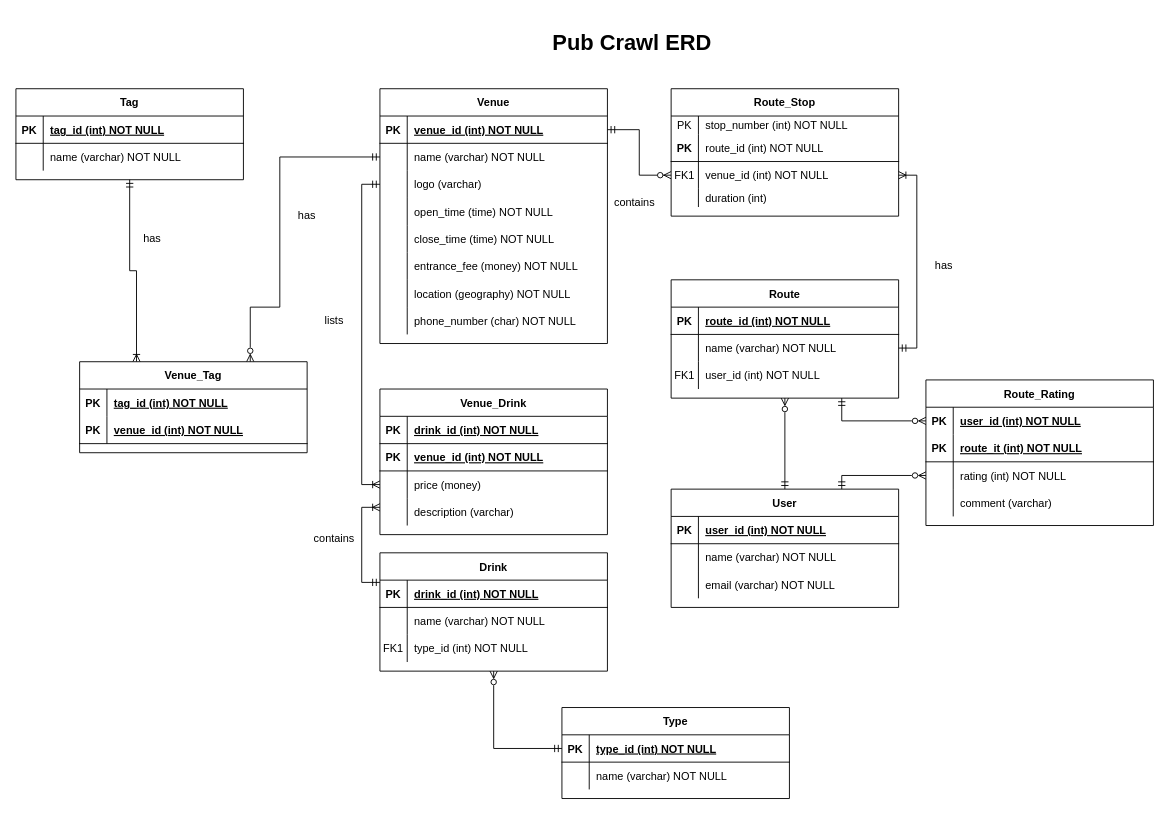
The draw.io diagram ERD/ERD.drawio in JacusHorne/pub-crawl, before the edit. Source tidied: cells renumbered, new cells numbered last; positions are measured from the earlier drawing's top-left corner, leaving out a move shared by most shapes. Both pictures are drawn from the tidied source at 91%, with x=0, y=0 at pixel (15, 25).
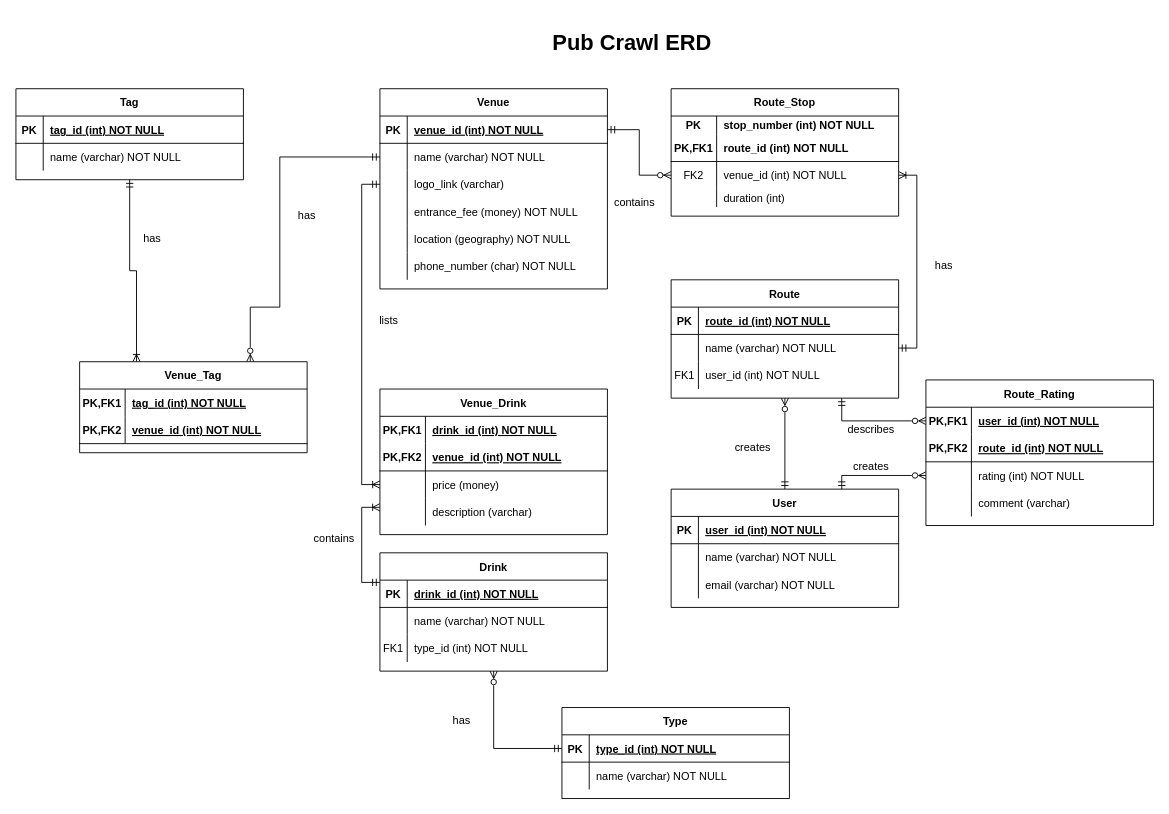
The same page after the edit.

The change refers to these unchanged cells:
```xml
<mxCell id="4" style="shape=partialRectangle;fillColor=none;top=0;left=0;right=0;bottom=0;" parent="3" vertex="1">
  <mxGeometry y="30" width="250" height="20" as="geometry" />
</mxCell>
<mxCell id="7" style="shape=partialRectangle;fillColor=none;top=0;left=0;right=0;bottom=1;" parent="3" vertex="1">
  <mxGeometry y="50" width="250" height="30" as="geometry" />
</mxCell>
<mxCell id="10" style="shape=partialRectangle;fillColor=none;points=[[0,0.5],[1,0.5]];portConstraint=eastwest;top=0;left=0;right=0;bottom=0;" parent="3" vertex="1">
  <mxGeometry y="80" width="250" height="30" as="geometry" />
</mxCell>
<mxCell id="13" style="shape=partialRectangle;fillColor=none;top=0;left=0;right=0;bottom=0;" parent="3" vertex="1">
  <mxGeometry y="110" width="250" height="20" as="geometry" />
</mxCell>
<mxCell id="34" style="shape=partialRectangle;fillColor=none;points=[[0,0.5],[1,0.5]];portConstraint=eastwest;top=0;left=0;right=0;bottom=0;" parent="27" vertex="1">
  <mxGeometry y="90" width="250" height="30" as="geometry" />
</mxCell>
<mxCell id="52" value="Venue_Drink" style="shape=table;startSize=30;childLayout=tableLayout;rowLines=0;fontStyle=1;align=center;" parent="1" vertex="1">
  <mxGeometry x="400" y="400" width="250" height="160" as="geometry" />
</mxCell>
<mxCell id="56" style="shape=partialRectangle;fillColor=none;top=0;left=0;right=0;bottom=1;" parent="52" vertex="1">
  <mxGeometry y="60" width="250" height="30" as="geometry" />
</mxCell>
<mxCell id="59" style="shape=partialRectangle;fillColor=none;top=0;left=0;right=0;bottom=0;" parent="52" vertex="1">
  <mxGeometry y="90" width="250" height="30" as="geometry" />
</mxCell>
<mxCell id="62" style="shape=partialRectangle;fillColor=none;top=0;left=0;right=0;bottom=0;" parent="52" vertex="1">
  <mxGeometry y="120" width="250" height="30" as="geometry" />
</mxCell>
<mxCell id="104" style="shape=partialRectangle;fillColor=none;top=0;left=0;right=0;bottom=1;strokeColor=none;" parent="103" vertex="1">
  <mxGeometry y="30" width="250" height="30" as="geometry" />
</mxCell>
<mxCell id="107" style="shape=partialRectangle;fillColor=none;top=0;left=0;right=0;bottom=1;" parent="103" vertex="1">
  <mxGeometry y="60" width="250" height="30" as="geometry" />
</mxCell>
<mxCell id="113" style="shape=partialRectangle;fillColor=none;points=[[0,0.5],[1,0.5]];portConstraint=eastwest;top=0;left=0;right=0;bottom=1;strokeColor=none;" parent="112" vertex="1">
  <mxGeometry y="30" width="250" height="30" as="geometry" />
</mxCell>
<mxCell id="116" style="shape=partialRectangle;fillColor=none;top=0;left=0;right=0;bottom=1;" parent="112" vertex="1">
  <mxGeometry y="60" width="250" height="30" as="geometry" />
</mxCell>
<mxCell id="119" style="shape=partialRectangle;fillColor=none;top=0;left=0;right=0;bottom=0;" parent="112" vertex="1">
  <mxGeometry y="90" width="250" height="30" as="geometry" />
</mxCell>
<mxCell id="122" style="shape=partialRectangle;fillColor=none;top=0;left=0;right=0;bottom=0;" parent="112" vertex="1">
  <mxGeometry y="120" width="250" height="30" as="geometry" />
</mxCell>
```

Diff of the diagram source:
```diff
@@
-    <mxCell id="5" value="PK" style="shape=partialRectangle;overflow=hidden;fillColor=none;top=0;left=0;bottom=0;right=0;" parent="4" vertex="1">
-      <mxGeometry width="30" height="20" as="geometry" />
+    <mxCell id="5" value="PK" style="shape=partialRectangle;overflow=hidden;fillColor=none;top=0;left=0;bottom=0;right=0;fontStyle=1;" parent="4" vertex="1">
+      <mxGeometry width="50" height="20" as="geometry" />
     </mxCell>
-    <mxCell id="6" value="stop_number (int) NOT NULL" style="shape=partialRectangle;overflow=hidden;fillColor=none;top=0;left=0;bottom=0;right=0;align=left;spacingLeft=6;" parent="4" vertex="1">
-      <mxGeometry x="30" width="220" height="20" as="geometry" />
+    <mxCell id="6" value="stop_number (int) NOT NULL" style="shape=partialRectangle;overflow=hidden;fillColor=none;top=0;left=0;bottom=0;right=0;align=left;spacingLeft=6;fontStyle=1;" parent="4" vertex="1">
+      <mxGeometry x="50" width="200" height="20" as="geometry" />
     </mxCell>
@@
-    <mxCell id="8" value="PK" style="shape=partialRectangle;overflow=hidden;fillColor=none;top=0;left=0;bottom=0;right=0;fontStyle=1;" parent="7" vertex="1">
-      <mxGeometry width="30" height="30" as="geometry" />
+    <mxCell id="8" value="PK,FK1" style="shape=partialRectangle;overflow=hidden;fillColor=none;top=0;left=0;bottom=0;right=0;fontStyle=1;" parent="7" vertex="1">
+      <mxGeometry width="50" height="30" as="geometry" />
     </mxCell>
     <mxCell id="9" style="shape=partialRectangle;overflow=hidden;fillColor=none;top=0;left=0;bottom=0;right=0;align=left;spacingLeft=6;fontStyle=5;" parent="7" vertex="1">
-      <mxGeometry x="30" width="220" height="30" as="geometry" />
+      <mxGeometry x="50" width="200" height="30" as="geometry" />
     </mxCell>
@@
-    <mxCell id="11" value="FK1" style="shape=partialRectangle;overflow=hidden;fillColor=none;top=0;left=0;bottom=0;right=0;" parent="10" vertex="1">
-      <mxGeometry width="30" height="30" as="geometry" />
+    <mxCell id="11" value="FK2" style="shape=partialRectangle;overflow=hidden;fillColor=none;top=0;left=0;bottom=0;right=0;" parent="10" vertex="1">
+      <mxGeometry width="50" height="30" as="geometry" />
     </mxCell>
     <mxCell id="12" value="venue_id (int) NOT NULL" style="shape=partialRectangle;overflow=hidden;fillColor=none;top=0;left=0;bottom=0;right=0;align=left;spacingLeft=6;" parent="10" vertex="1">
-      <mxGeometry x="30" width="220" height="30" as="geometry" />
+      <mxGeometry x="50" width="200" height="30" as="geometry" />
     </mxCell>
@@
     <mxCell id="14" style="shape=partialRectangle;overflow=hidden;fillColor=none;top=0;left=0;bottom=0;right=0;" parent="13" vertex="1">
-      <mxGeometry width="30" height="20" as="geometry" />
+      <mxGeometry width="50" height="20" as="geometry" />
     </mxCell>
     <mxCell id="15" value="duration (int) " style="shape=partialRectangle;overflow=hidden;fillColor=none;top=0;left=0;bottom=0;right=0;align=left;spacingLeft=6;" parent="13" vertex="1">
-      <mxGeometry x="30" width="220" height="20" as="geometry" />
+      <mxGeometry x="50" width="200" height="20" as="geometry" />
     </mxCell>
@@
     <mxCell id="27" value="Venue" style="shape=table;startSize=30;childLayout=tableLayout;rowLines=0;fontStyle=1;align=center;" parent="1" vertex="1">
-      <mxGeometry x="400" y="70" width="250" height="280" as="geometry" />
+      <mxGeometry x="400" y="70" width="250" height="220" as="geometry" />
     </mxCell>
@@
-    <mxCell id="35" style="shape=partialRectangle;overflow=hidden;fillColor=none;top=0;left=0;bottom=0;right=0;" parent="34" vertex="1">
-      <mxGeometry width="30" height="30" as="geometry" />
-    </mxCell>
-    <mxCell id="36" value="logo (varchar)" style="shape=partialRectangle;overflow=hidden;fillColor=none;top=0;left=0;bottom=0;right=0;align=left;spacingLeft=6;" parent="34" vertex="1">
-      <mxGeometry x="30" width="220" height="30" as="geometry" />
-    </mxCell>
-    <mxCell id="37" style="shape=partialRectangle;fillColor=none;top=0;left=0;right=0;bottom=0;" parent="27" vertex="1">
-      <mxGeometry y="120" width="250" height="30" as="geometry" />
-    </mxCell>
-    <mxCell id="38" style="shape=partialRectangle;overflow=hidden;fillColor=none;top=0;left=0;bottom=0;right=0;" parent="37" vertex="1">
-      <mxGeometry width="30" height="30" as="geometry" />
-    </mxCell>
-    <mxCell id="39" value="open_time (time) NOT NULL" style="shape=partialRectangle;overflow=hidden;fillColor=none;top=0;left=0;bottom=0;right=0;align=left;spacingLeft=6;" parent="37" vertex="1">
-      <mxGeometry x="30" width="220" height="30" as="geometry" />
-    </mxCell>
-    <mxCell id="40" style="shape=partialRectangle;fillColor=none;top=0;left=0;right=0;bottom=0;" parent="27" vertex="1">
-      <mxGeometry y="150" width="250" height="30" as="geometry" />
-    </mxCell>
-    <mxCell id="41" style="shape=partialRectangle;overflow=hidden;fillColor=none;top=0;left=0;bottom=0;right=0;" parent="40" vertex="1">
-      <mxGeometry width="30" height="30" as="geometry" />
-    </mxCell>
-    <mxCell id="42" value="close_time (time) NOT NULL" style="shape=partialRectangle;overflow=hidden;fillColor=none;top=0;left=0;bottom=0;right=0;align=left;spacingLeft=6;" parent="40" vertex="1">
-      <mxGeometry x="30" width="220" height="30" as="geometry" />
-    </mxCell>
+    <mxCell id="135" style="shape=partialRectangle;overflow=hidden;fillColor=none;top=0;left=0;bottom=0;right=0;" parent="34" vertex="1">
+      <mxGeometry width="30" height="30" as="geometry" />
+    </mxCell>
+    <mxCell id="136" value="logo_link (varchar)" style="shape=partialRectangle;overflow=hidden;fillColor=none;top=0;left=0;bottom=0;right=0;align=left;spacingLeft=6;" parent="34" vertex="1">
+      <mxGeometry x="30" width="220" height="30" as="geometry" />
+    </mxCell>
     <mxCell id="43" style="shape=partialRectangle;fillColor=none;top=0;left=0;right=0;bottom=0;" parent="27" vertex="1">
-      <mxGeometry y="180" width="250" height="30" as="geometry" />
+      <mxGeometry y="120" width="250" height="30" as="geometry" />
     </mxCell>
@@
     <mxCell id="46" style="shape=partialRectangle;fillColor=none;top=0;left=0;right=0;bottom=0;" parent="27" vertex="1">
-      <mxGeometry y="210" width="250" height="30" as="geometry" />
+      <mxGeometry y="150" width="250" height="30" as="geometry" />
     </mxCell>
@@
     <mxCell id="49" style="shape=partialRectangle;fillColor=none;top=0;left=0;right=0;bottom=0;" parent="27" vertex="1">
-      <mxGeometry y="240" width="250" height="30" as="geometry" />
+      <mxGeometry y="180" width="250" height="30" as="geometry" />
     </mxCell>
@@
-    <mxCell id="53" style="shape=partialRectangle;fillColor=none;top=0;left=0;right=0;bottom=1;" parent="52" vertex="1">
+    <mxCell id="53" style="shape=partialRectangle;fillColor=none;top=0;left=0;right=0;bottom=1;strokeColor=none;" parent="52" vertex="1">
       <mxGeometry y="30" width="250" height="30" as="geometry" />
     </mxCell>
-    <mxCell id="54" value="PK" style="shape=partialRectangle;overflow=hidden;fillColor=none;top=0;left=0;bottom=0;right=0;fontStyle=1;" parent="53" vertex="1">
-      <mxGeometry width="30" height="30" as="geometry" />
+    <mxCell id="54" value="PK,FK1" style="shape=partialRectangle;overflow=hidden;fillColor=none;top=0;left=0;bottom=0;right=0;fontStyle=1;" parent="53" vertex="1">
+      <mxGeometry width="50" height="30" as="geometry" />
     </mxCell>
     <mxCell id="55" value="drink_id (int) NOT NULL" style="shape=partialRectangle;overflow=hidden;fillColor=none;top=0;left=0;bottom=0;right=0;align=left;spacingLeft=6;fontStyle=5;" parent="53" vertex="1">
-      <mxGeometry x="30" width="220" height="30" as="geometry" />
+      <mxGeometry x="50" width="200" height="30" as="geometry" />
     </mxCell>
@@
-    <mxCell id="57" value="PK" style="shape=partialRectangle;overflow=hidden;fillColor=none;top=0;left=0;bottom=0;right=0;fontStyle=1;" parent="56" vertex="1">
-      <mxGeometry width="30" height="30" as="geometry" />
+    <mxCell id="57" value="PK,FK2" style="shape=partialRectangle;overflow=hidden;fillColor=none;top=0;left=0;bottom=0;right=0;fontStyle=1;" parent="56" vertex="1">
+      <mxGeometry width="50" height="30" as="geometry" />
     </mxCell>
     <mxCell id="58" value="venue_id (int) NOT NULL" style="shape=partialRectangle;overflow=hidden;fillColor=none;top=0;left=0;bottom=0;right=0;align=left;spacingLeft=6;fontStyle=5;" parent="56" vertex="1">
-      <mxGeometry x="30" width="220" height="30" as="geometry" />
+      <mxGeometry x="50" width="200" height="30" as="geometry" />
     </mxCell>
@@
     <mxCell id="60" style="shape=partialRectangle;overflow=hidden;fillColor=none;top=0;left=0;bottom=0;right=0;" parent="59" vertex="1">
-      <mxGeometry width="30" height="30" as="geometry" />
+      <mxGeometry width="50" height="30" as="geometry" />
     </mxCell>
     <mxCell id="61" value="price (money)" style="shape=partialRectangle;overflow=hidden;fillColor=none;top=0;left=0;bottom=0;right=0;align=left;spacingLeft=6;" parent="59" vertex="1">
-      <mxGeometry x="30" width="220" height="30" as="geometry" />
+      <mxGeometry x="50" width="200" height="30" as="geometry" />
     </mxCell>
@@
     <mxCell id="63" style="shape=partialRectangle;overflow=hidden;fillColor=none;top=0;left=0;bottom=0;right=0;" parent="62" vertex="1">
-      <mxGeometry width="30" height="30" as="geometry" />
+      <mxGeometry width="50" height="30" as="geometry" />
     </mxCell>
     <mxCell id="64" value="description (varchar) " style="shape=partialRectangle;overflow=hidden;fillColor=none;top=0;left=0;bottom=0;right=0;align=left;spacingLeft=6;" parent="62" vertex="1">
-      <mxGeometry x="30" width="220" height="30" as="geometry" />
+      <mxGeometry x="50" width="200" height="30" as="geometry" />
     </mxCell>
@@
-    <mxCell id="76" style="edgeStyle=orthogonalEdgeStyle;rounded=0;jettySize=auto;html=1;exitX=0;exitY=0.5;exitDx=0;exitDy=0;entryX=0;entryY=0.5;entryDx=0;entryDy=0;endArrow=ERoneToMany;endFill=0;startArrow=ERmandOne;startFill=0;" parent="1" edge="1" source="34">
+    <mxCell id="76" style="edgeStyle=orthogonalEdgeStyle;rounded=0;orthogonalLoop=1;jettySize=auto;html=1;exitX=0;exitY=0.5;exitDx=0;exitDy=0;entryX=0;entryY=0.5;entryDx=0;entryDy=0;endArrow=ERoneToMany;endFill=0;startArrow=ERmandOne;startFill=0;" parent="1" edge="1">
       <mxGeometry relative="1" as="geometry">
+        <mxPoint x="400" y="175" as="sourcePoint" />
         <mxPoint x="400" y="505" as="targetPoint" />
         <Array as="points">
           <mxPoint x="380" y="175" />
           <mxPoint x="380" y="505" />
         </Array>
       </mxGeometry>
     </mxCell>
@@
     <mxCell id="89" value="lists" style="text;html=1;strokeColor=none;fillColor=none;align=center;verticalAlign=middle;whiteSpace=wrap;rounded=0;" parent="1" vertex="1">
-      <mxGeometry x="320" y="310" width="60" height="30" as="geometry" />
+      <mxGeometry x="380" y="310" width="60" height="30" as="geometry" />
     </mxCell>
@@
-    <mxCell id="105" value="PK" style="shape=partialRectangle;overflow=hidden;fillColor=none;top=0;left=0;bottom=0;right=0;fontStyle=1;" parent="104" vertex="1">
-      <mxGeometry width="30" height="30" as="geometry" />
+    <mxCell id="105" value="PK,FK1" style="shape=partialRectangle;overflow=hidden;fillColor=none;top=0;left=0;bottom=0;right=0;fontStyle=1;" parent="104" vertex="1">
+      <mxGeometry width="50" height="30" as="geometry" />
     </mxCell>
     <mxCell id="106" value="tag_id (int) NOT NULL" style="shape=partialRectangle;overflow=hidden;fillColor=none;top=0;left=0;bottom=0;right=0;align=left;spacingLeft=6;fontStyle=5;strokeColor=default;" parent="104" vertex="1">
-      <mxGeometry x="30" width="220" height="30" as="geometry" />
+      <mxGeometry x="50" width="200" height="30" as="geometry" />
     </mxCell>
@@
-    <mxCell id="108" value="PK" style="shape=partialRectangle;overflow=hidden;fillColor=none;top=0;left=0;bottom=0;right=0;fontStyle=1;" parent="107" vertex="1">
-      <mxGeometry width="30" height="30" as="geometry" />
+    <mxCell id="108" value="PK,FK2" style="shape=partialRectangle;overflow=hidden;fillColor=none;top=0;left=0;bottom=0;right=0;fontStyle=1;" parent="107" vertex="1">
+      <mxGeometry width="50" height="30" as="geometry" />
     </mxCell>
     <mxCell id="109" value="venue_id (int) NOT NULL" style="shape=partialRectangle;overflow=hidden;fillColor=none;top=0;left=0;bottom=0;right=0;align=left;spacingLeft=6;fontStyle=5;" parent="107" vertex="1">
-      <mxGeometry x="30" width="220" height="30" as="geometry" />
+      <mxGeometry x="50" width="200" height="30" as="geometry" />
     </mxCell>
@@
-    <mxCell id="114" value="PK" style="shape=partialRectangle;overflow=hidden;fillColor=none;top=0;left=0;bottom=0;right=0;fontStyle=1;" parent="113" vertex="1">
-      <mxGeometry width="30" height="30" as="geometry" />
+    <mxCell id="114" value="PK,FK1" style="shape=partialRectangle;overflow=hidden;fillColor=none;top=0;left=0;bottom=0;right=0;fontStyle=1;" parent="113" vertex="1">
+      <mxGeometry width="50" height="30" as="geometry" />
     </mxCell>
     <mxCell id="115" value="user_id (int) NOT NULL" style="shape=partialRectangle;overflow=hidden;fillColor=none;top=0;left=0;bottom=0;right=0;align=left;spacingLeft=6;fontStyle=5;strokeColor=default;" parent="113" vertex="1">
-      <mxGeometry x="30" width="220" height="30" as="geometry" />
+      <mxGeometry x="50" width="200" height="30" as="geometry" />
     </mxCell>
@@
-    <mxCell id="117" value="PK" style="shape=partialRectangle;overflow=hidden;fillColor=none;top=0;left=0;bottom=0;right=0;fontStyle=1;" parent="116" vertex="1">
-      <mxGeometry width="30" height="30" as="geometry" />
+    <mxCell id="117" value="PK,FK2" style="shape=partialRectangle;overflow=hidden;fillColor=none;top=0;left=0;bottom=0;right=0;fontStyle=1;" parent="116" vertex="1">
+      <mxGeometry width="50" height="30" as="geometry" />
     </mxCell>
-    <mxCell id="118" value="route_it (int) NOT NULL" style="shape=partialRectangle;overflow=hidden;fillColor=none;top=0;left=0;bottom=0;right=0;align=left;spacingLeft=6;fontStyle=5;" parent="116" vertex="1">
-      <mxGeometry x="30" width="220" height="30" as="geometry" />
+    <mxCell id="118" value="route_id (int) NOT NULL" style="shape=partialRectangle;overflow=hidden;fillColor=none;top=0;left=0;bottom=0;right=0;align=left;spacingLeft=6;fontStyle=5;" parent="116" vertex="1">
+      <mxGeometry x="50" width="200" height="30" as="geometry" />
     </mxCell>
@@
     <mxCell id="120" style="shape=partialRectangle;overflow=hidden;fillColor=none;top=0;left=0;bottom=0;right=0;" parent="119" vertex="1">
-      <mxGeometry width="30" height="30" as="geometry" />
+      <mxGeometry width="50" height="30" as="geometry" />
     </mxCell>
     <mxCell id="121" value="rating (int) NOT NULL" style="shape=partialRectangle;overflow=hidden;fillColor=none;top=0;left=0;bottom=0;right=0;align=left;spacingLeft=6;" parent="119" vertex="1">
-      <mxGeometry x="30" width="220" height="30" as="geometry" />
+      <mxGeometry x="50" width="200" height="30" as="geometry" />
     </mxCell>
@@
     <mxCell id="123" style="shape=partialRectangle;overflow=hidden;fillColor=none;top=0;left=0;bottom=0;right=0;" parent="122" vertex="1">
-      <mxGeometry width="30" height="30" as="geometry" />
+      <mxGeometry width="50" height="30" as="geometry" />
     </mxCell>
     <mxCell id="124" value="comment (varchar)" style="shape=partialRectangle;overflow=hidden;fillColor=none;top=0;left=0;bottom=0;right=0;align=left;spacingLeft=6;" parent="122" vertex="1">
-      <mxGeometry x="30" width="220" height="30" as="geometry" />
+      <mxGeometry x="50" width="200" height="30" as="geometry" />
     </mxCell>
@@
-    <mxCell id="134" value="route_id (int) NOT NULL" style="shape=partialRectangle;overflow=hidden;fillColor=none;top=0;left=0;bottom=0;right=0;align=left;spacingLeft=6;" parent="1" vertex="1">
-      <mxGeometry x="750" y="120" width="220" height="30" as="geometry" />
+    <mxCell id="134" value="route_id (int) NOT NULL" style="shape=partialRectangle;overflow=hidden;fillColor=none;top=0;left=0;bottom=0;right=0;align=left;spacingLeft=6;fontStyle=1;" parent="1" vertex="1">
+      <mxGeometry x="770" y="120" width="200" height="30" as="geometry" />
     </mxCell>
+    <mxCell id="137" value="has" style="text;html=1;strokeColor=none;fillColor=none;align=center;verticalAlign=middle;whiteSpace=wrap;rounded=0;" parent="1" vertex="1">
+      <mxGeometry x="460" y="750" width="60" height="30" as="geometry" />
+    </mxCell>
+    <mxCell id="138" value="creates" style="text;html=1;strokeColor=none;fillColor=none;align=center;verticalAlign=middle;whiteSpace=wrap;rounded=0;" parent="1" vertex="1">
+      <mxGeometry x="780" y="450" width="60" height="30" as="geometry" />
+    </mxCell>
+    <mxCell id="139" value="creates" style="text;html=1;strokeColor=none;fillColor=none;align=center;verticalAlign=middle;whiteSpace=wrap;rounded=0;" parent="1" vertex="1">
+      <mxGeometry x="910" y="470" width="60" height="30" as="geometry" />
+    </mxCell>
+    <mxCell id="140" value="describes" style="text;html=1;strokeColor=none;fillColor=none;align=center;verticalAlign=middle;whiteSpace=wrap;rounded=0;" parent="1" vertex="1">
+      <mxGeometry x="910" y="430" width="60" height="30" as="geometry" />
+    </mxCell>
```
